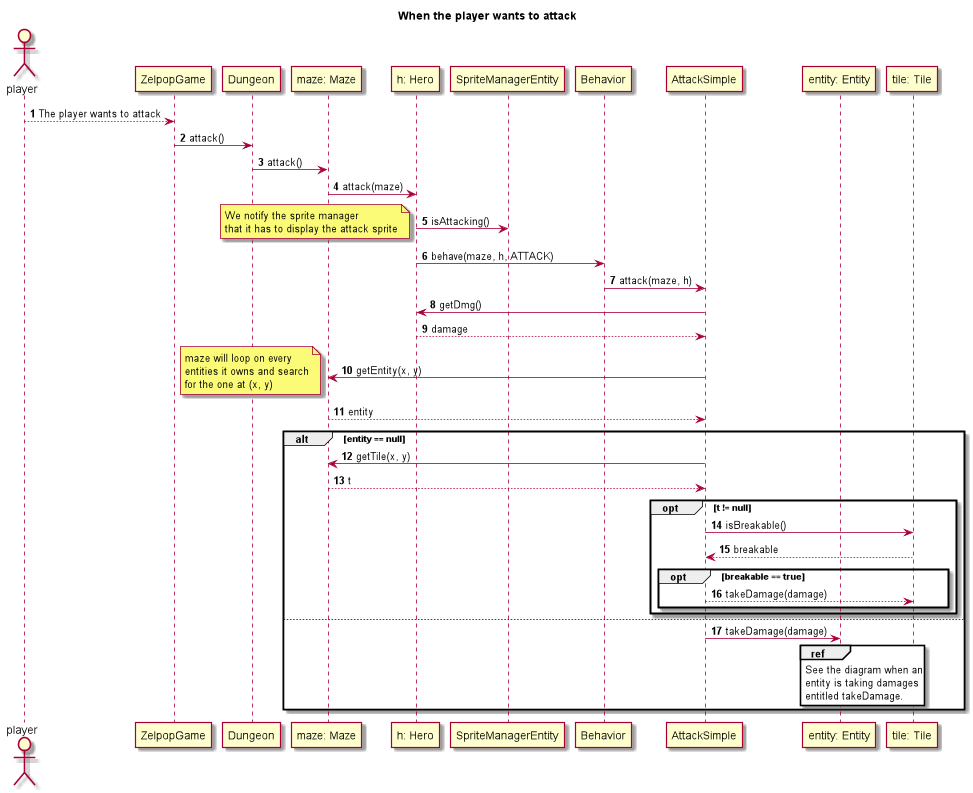
Earlier version of the PlantUML export doc/third_sprint/diagrams/sequences/attack.png (Reynault/ACL_2019_Zelpop).
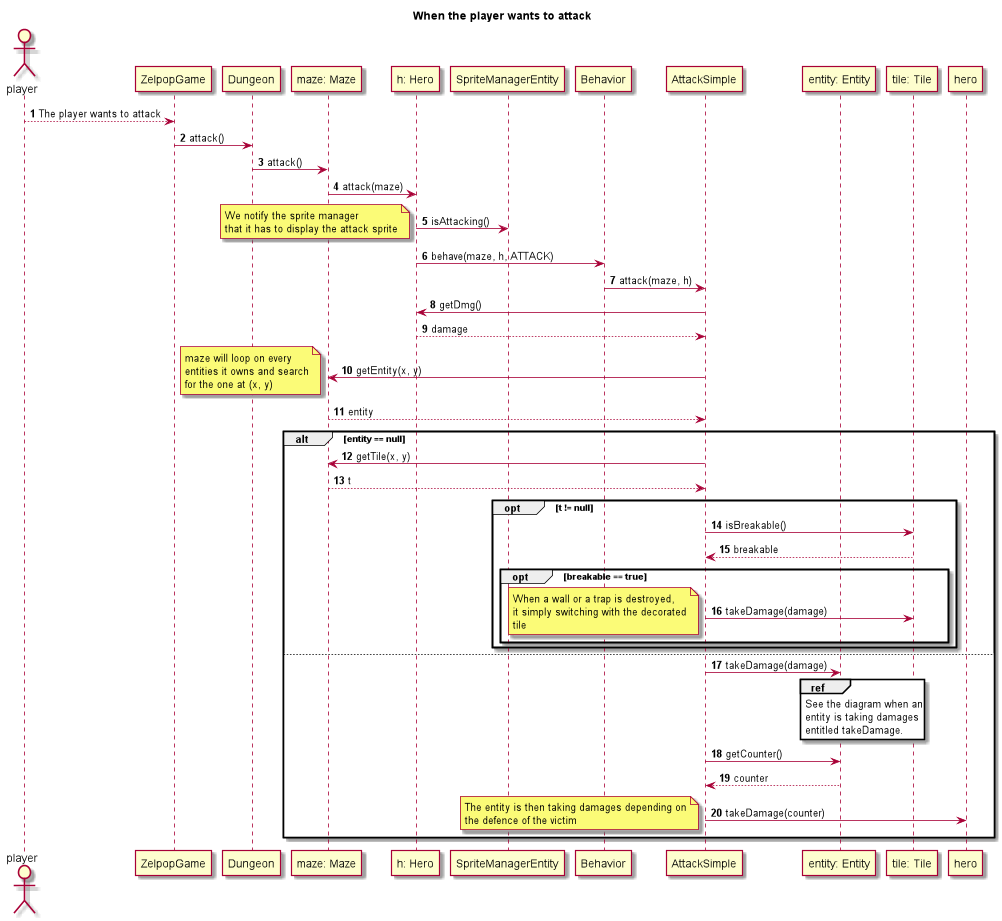
After the change.

Commit message:
Second sprint: update sequence diagram

Change to the diagram source:
```diff
@@ -62,7 +62,13 @@
 
         opt breakable == true
 
-            as --> t: takeDamage(damage)
+            as -> t: takeDamage(damage)
+            note left
+            When a wall or a trap is destroyed,
+            it simply switching with the decorated
+            tile
+            end note
+
 
         end
 
@@ -78,6 +84,16 @@
         entitled takeDamage.
     end ref
 
+    as -> e: getCounter()
+
+    e --> as: counter
+
+    as -> hero: takeDamage(counter)
+    note left
+    The entity is then taking damages depending on
+    the defence of the victim
+    end note
+
 end
 
 
```
